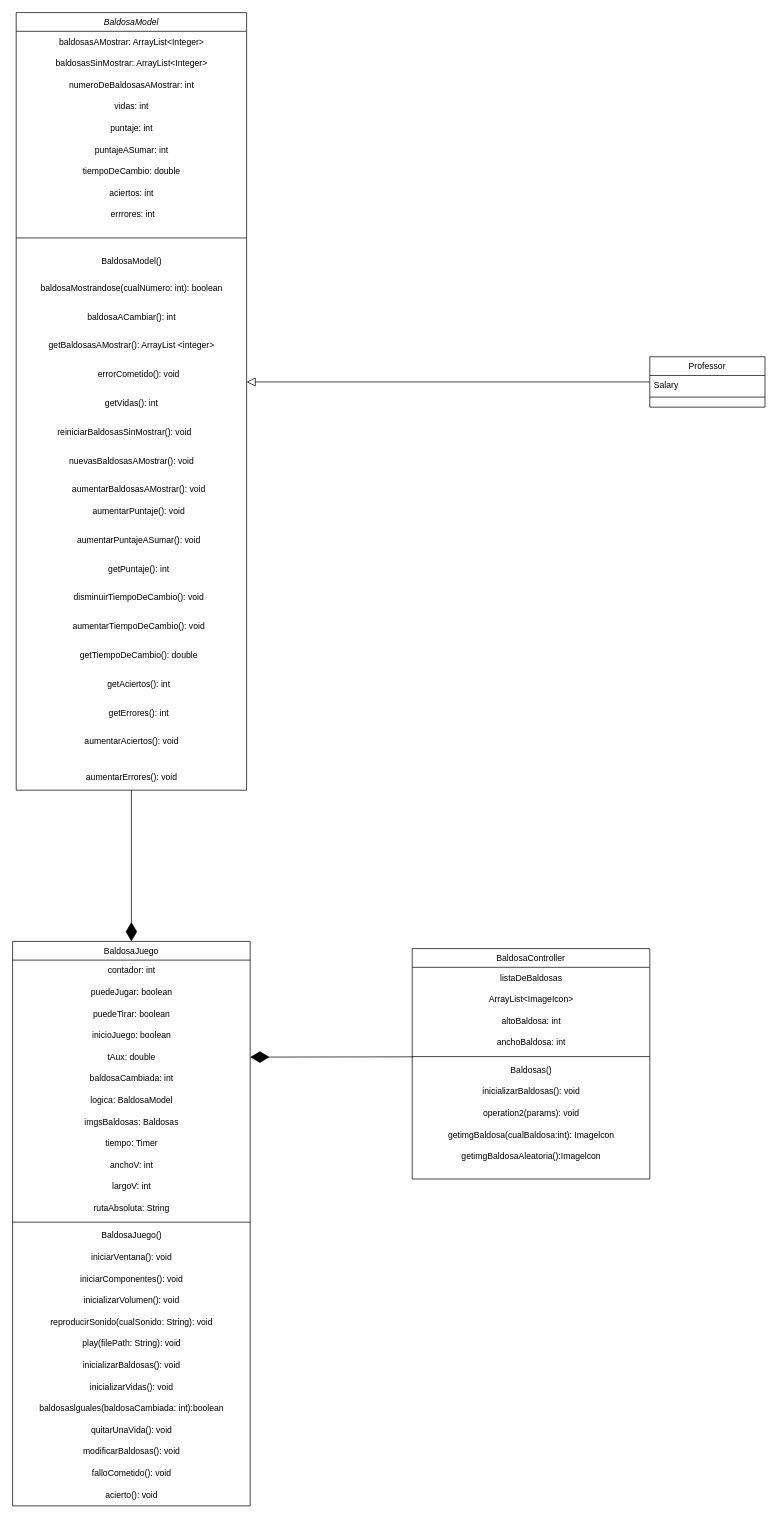
The draw.io diagram Diagrama sin título.drawio in Jdavxd/fpoePatrones, before the edit. Source tidied: cells renumbered, new cells numbered last; positions are measured from the earlier drawing's top-left corner, leaving out a move shared by most shapes. Both pictures are drawn from the tidied source at 72%, with x=0, y=0 at pixel (12, 12).
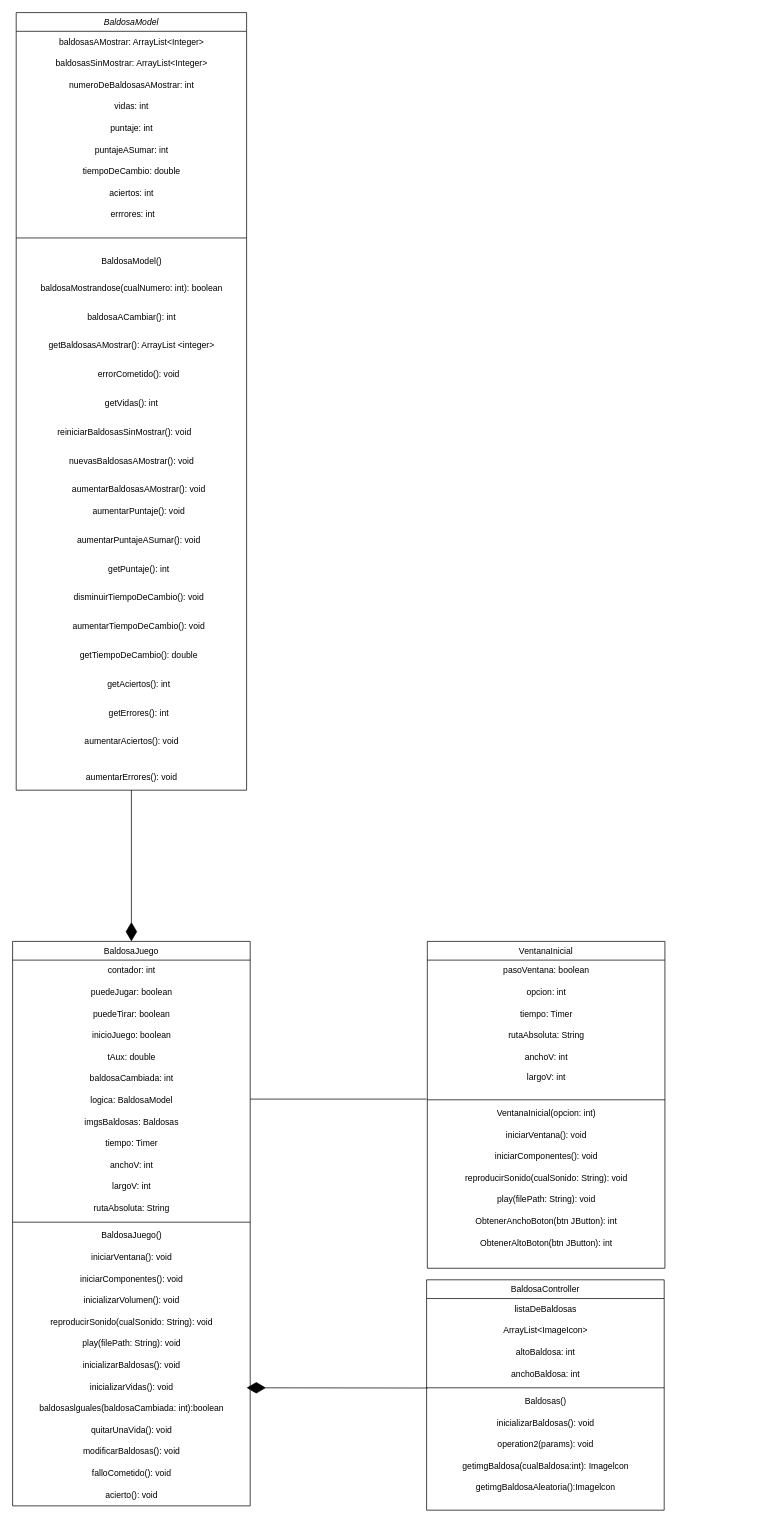
Above is the later version.

The change refers to these unchanged cells:
```xml
<mxCell id="2" value="BaldosaModel" style="swimlane;fontStyle=2;align=center;verticalAlign=top;horizontal=1;startSize=26;rounded=0;shadow=0;strokeWidth=1;" parent="1" vertex="1">
  <mxGeometry x="5" width="320" height="1080" as="geometry" />
</mxCell>
<mxCell id="23" value="tAux: double" style="text;html=1;align=center;verticalAlign=middle;points=[];strokeColor=none;fillColor=none;" parent="18" vertex="1">
  <mxGeometry y="146" width="330" height="30" as="geometry" />
</mxCell>
<mxCell id="70" value="Baldosas()" style="text;html=1;align=center;verticalAlign=middle;points=[];strokeColor=none;fillColor=none;" parent="64" vertex="1">
  <mxGeometry y="154" width="330" height="30" as="geometry" />
</mxCell>
```

What changed in the source:
```diff
@@
-    <mxCell id="14" value="Professor" style="swimlane;fontStyle=0;align=center;verticalAlign=top;horizontal=1;startSize=26;rounded=0;shadow=0;strokeWidth=1;" parent="1" vertex="1">
-      <mxGeometry x="885" y="478" width="160" height="70" as="geometry" />
-    </mxCell>
-    <mxCell id="15" value="Salary" style="text;align=left;verticalAlign=top;spacingLeft=4;spacingRight=4;overflow=hidden;" parent="14" vertex="1">
-      <mxGeometry y="26" width="160" height="26" as="geometry" />
-    </mxCell>
-    <mxCell id="16" style="line;html=1;strokeWidth=1;align=left;verticalAlign=middle;spacingTop=-1;spacingLeft=3;spacingRight=3;labelPosition=right;" parent="14" vertex="1">
-      <mxGeometry y="52" width="160" height="8" as="geometry" />
-    </mxCell>
-    <mxCell id="17" style="endArrow=block;endSize=10;endFill=0;shadow=0;strokeWidth=1;rounded=0;edgeStyle=elbowEdgeStyle;elbow=vertical;" parent="1" edge="1" source="14" target="2">
-      <mxGeometry relative="1" as="geometry" />
-    </mxCell>
@@
     <mxCell id="64" value="BaldosaController" style="swimlane;fontStyle=0;align=center;verticalAlign=top;horizontal=1;startSize=26;rounded=0;shadow=0;strokeWidth=1;" parent="1" vertex="1">
-      <mxGeometry x="555" y="1300" width="330" height="320" as="geometry" />
+      <mxGeometry x="575" y="1760" width="330" height="320" as="geometry" />
     </mxCell>
@@
-    <mxCell id="75" style="endArrow=diamondThin;endFill=1;endSize=24;html=1;rounded=0;exitX=0.004;exitY=-0.123;exitDx=0;exitDy=0;exitPerimeter=0;" parent="1" edge="1" source="70" target="23">
-      <mxGeometry relative="1" as="geometry" />
+    <mxCell id="75" style="endArrow=diamondThin;endFill=1;endSize=24;html=1;rounded=0;exitX=0.004;exitY=-0.123;exitDx=0;exitDy=0;exitPerimeter=0;" parent="1" edge="1" source="70">
+      <mxGeometry relative="1" as="geometry">
+        <mxPoint x="325" y="1910" as="targetPoint" />
+      </mxGeometry>
     </mxCell>
+    <mxCell id="76" value="VentanaInicial" style="swimlane;fontStyle=0;align=center;verticalAlign=top;horizontal=1;startSize=26;rounded=0;shadow=0;strokeWidth=1;" parent="1" vertex="1">
+      <mxGeometry x="576" y="1290" width="330" height="454" as="geometry" />
+    </mxCell>
+    <mxCell id="77" value="pasoVentana: boolean" style="text;html=1;align=center;verticalAlign=middle;strokeColor=none;fillColor=none;" parent="76" vertex="1">
+      <mxGeometry y="26" width="330" height="30" as="geometry" />
+    </mxCell>
+    <mxCell id="78" value="opcion: int" style="text;html=1;align=center;verticalAlign=middle;strokeColor=none;fillColor=none;" parent="76" vertex="1">
+      <mxGeometry y="56" width="330" height="30" as="geometry" />
+    </mxCell>
+    <mxCell id="79" value="tiempo: Timer" style="text;html=1;align=center;verticalAlign=middle;strokeColor=none;fillColor=none;" parent="76" vertex="1">
+      <mxGeometry y="86" width="330" height="30" as="geometry" />
+    </mxCell>
+    <mxCell id="80" value="rutaAbsoluta: String" style="text;html=1;align=center;verticalAlign=middle;strokeColor=none;fillColor=none;" parent="76" vertex="1">
+      <mxGeometry y="116" width="330" height="30" as="geometry" />
+    </mxCell>
+    <mxCell id="81" value="anchoV: int" style="text;html=1;align=center;verticalAlign=middle;strokeColor=none;fillColor=none;" parent="76" vertex="1">
+      <mxGeometry y="146" width="330" height="30" as="geometry" />
+    </mxCell>
+    <mxCell id="82" value="&lt;div&gt;largoV: int&lt;/div&gt;&lt;div&gt;&lt;br&gt;&lt;/div&gt;" style="text;html=1;align=center;verticalAlign=middle;strokeColor=none;fillColor=none;" parent="76" vertex="1">
+      <mxGeometry y="176" width="330" height="40" as="geometry" />
+    </mxCell>
+    <mxCell id="83" style="line;html=1;strokeWidth=1;align=left;verticalAlign=middle;spacingTop=-1;spacingLeft=3;spacingRight=3;labelPosition=right;" parent="76" vertex="1">
+      <mxGeometry y="216" width="330" height="8" as="geometry" />
+    </mxCell>
+    <mxCell id="84" value="VentanaInicial(opcion: int)" style="text;html=1;align=center;verticalAlign=middle;strokeColor=none;fillColor=none;" parent="76" vertex="1">
+      <mxGeometry y="224" width="330" height="30" as="geometry" />
+    </mxCell>
+    <mxCell id="85" value="iniciarVentana(): void" style="text;html=1;align=center;verticalAlign=middle;strokeColor=none;fillColor=none;" parent="76" vertex="1">
+      <mxGeometry y="254" width="330" height="30" as="geometry" />
+    </mxCell>
+    <mxCell id="86" value="iniciarComponentes(): void" style="text;html=1;align=center;verticalAlign=middle;strokeColor=none;fillColor=none;" parent="76" vertex="1">
+      <mxGeometry y="284" width="330" height="30" as="geometry" />
+    </mxCell>
+    <mxCell id="87" value="reproducirSonido(cualSonido: String): void" style="text;html=1;align=center;verticalAlign=middle;strokeColor=none;fillColor=none;" parent="76" vertex="1">
+      <mxGeometry y="314" width="330" height="30" as="geometry" />
+    </mxCell>
+    <mxCell id="88" value="play(filePath: String): void" style="text;html=1;align=center;verticalAlign=middle;strokeColor=none;fillColor=none;" parent="76" vertex="1">
+      <mxGeometry y="344" width="330" height="30" as="geometry" />
+    </mxCell>
+    <mxCell id="89" value="ObtenerAnchoBoton(btn JButton): int" style="text;html=1;align=center;verticalAlign=middle;strokeColor=none;fillColor=none;" parent="76" vertex="1">
+      <mxGeometry y="374" width="330" height="30" as="geometry" />
+    </mxCell>
+    <mxCell id="90" value="ObtenerAltoBoton(btn JButton): int" style="text;html=1;align=center;verticalAlign=middle;strokeColor=none;fillColor=none;" parent="76" vertex="1">
+      <mxGeometry y="404" width="330" height="30" as="geometry" />
+    </mxCell>
+    <mxCell id="91" style="line;strokeWidth=1;fillColor=none;align=left;verticalAlign=middle;spacingTop=-1;spacingLeft=3;spacingRight=3;labelPosition=right;strokeColor=inherit;" parent="1" vertex="1">
+      <mxGeometry x="330" y="1500" width="245" height="18" as="geometry" />
+    </mxCell>
```
